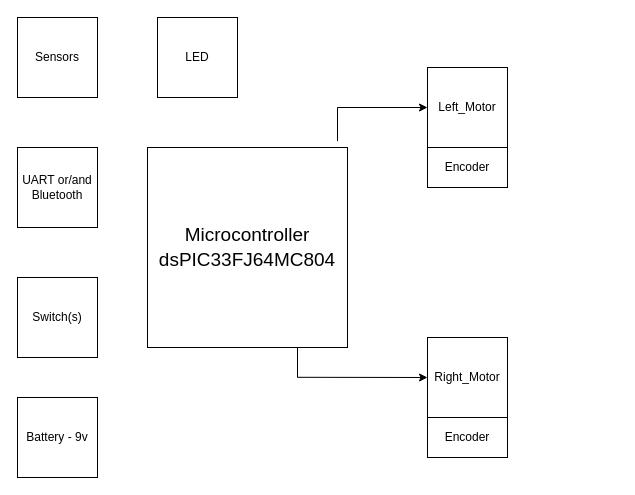
This is draft/block_diagram.drawio from AminSeffo/Micromouse, a draw.io file, before an edit. Source tidied: cells renumbered, new cells numbered last; positions are measured from the earlier drawing's top-left corner, leaving out a move shared by most shapes. Both pictures are drawn from the tidied source at 100%, with x=0, y=0 at pixel (17, 17).
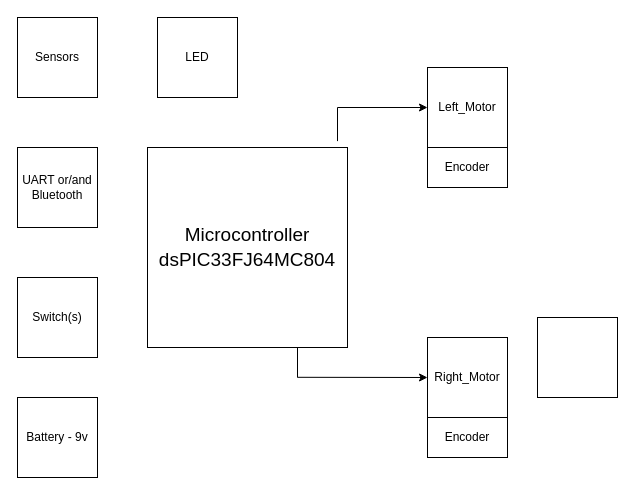
After the change.

Diff of the diagram source:
```diff
@@
+    <mxCell id="16" style="whiteSpace=wrap;html=1;" parent="1" vertex="1">
+      <mxGeometry x="520" y="300" width="80" height="80" as="geometry" />
+    </mxCell>
```
